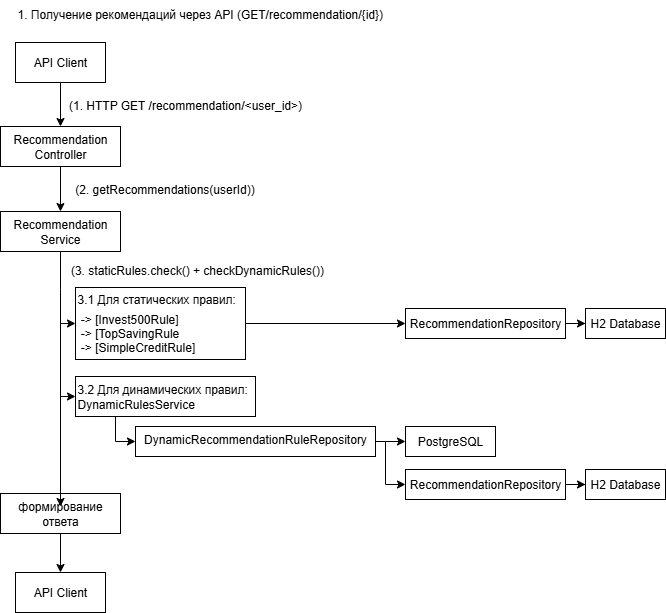
Before: docs/images/architecture-component-diagram-get-recommendations.png, a diagram exported from draw.io (sergJava/teamWork2). Source tidied: cells renumbered, new cells last; positions are measured from the earlier drawing's top-left corner, leaving out a move shared by most shapes.
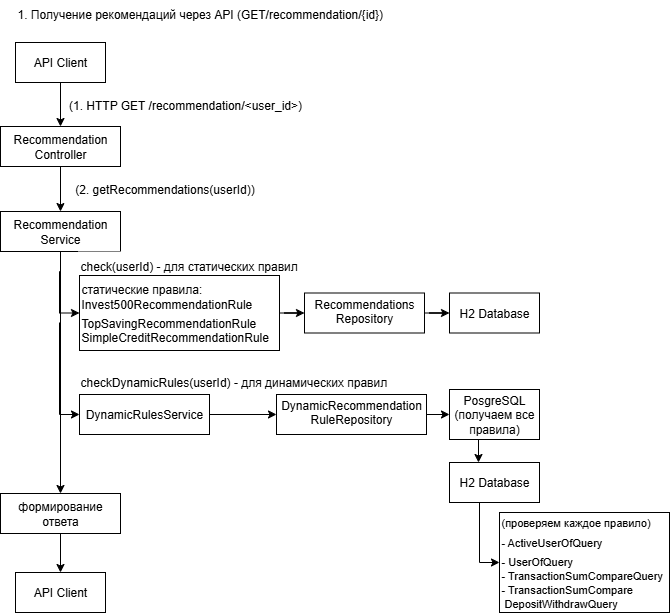
After the commit.

What changed in the source:
```diff
@@ -17,106 +17,87 @@
     <mxCell id="6" value="&lt;p style=&quot;margin-bottom:4.0pt;margin-top:0cm;mso-margin-bottom-alt:&amp;lt;br/&amp;gt;8.0pt;mso-margin-top-alt:0cm;mso-add-space:auto;line-height:normal&quot; class=&quot;MsoNormal&quot;&gt;&lt;span style=&quot;font-size:9.0pt;mso-ansi-language:EN-US&quot; lang=&quot;EN-US&quot;&gt;(1. HTTP GET /recommendation/&amp;lt;user_id&amp;gt;)&lt;/span&gt;&lt;/p&gt;" style="text;html=1;align=center;verticalAlign=middle;whiteSpace=wrap;rounded=0;strokeColor=none;" parent="1" vertex="1">
       <mxGeometry x="65" y="92" width="240" height="30" as="geometry" />
     </mxCell>
-    <mxCell id="7" style="edgeStyle=orthogonalEdgeStyle;rounded=0;jettySize=auto;html=1;strokeColor=#000000;" parent="1" edge="1" source="8" target="11">
-      <mxGeometry relative="1" as="geometry">
-        <Array as="points">
-          <mxPoint x="60" y="289" />
-          <mxPoint x="60" y="289" />
-        </Array>
-      </mxGeometry>
-    </mxCell>
+    <mxCell id="33" style="edgeStyle=orthogonalEdgeStyle;rounded=0;jettySize=auto;html=1;entryX=0.5;entryY=0;entryDx=0;entryDy=0;" parent="1" edge="1" source="8" target="14">
+      <mxGeometry relative="1" as="geometry" />
+    </mxCell>
+    <mxCell id="34" style="edgeStyle=orthogonalEdgeStyle;rounded=0;jettySize=auto;html=1;entryX=0;entryY=0.5;entryDx=0;entryDy=0;" parent="1" edge="1" source="8" target="39">
+      <mxGeometry relative="1" as="geometry" />
+    </mxCell>
+    <mxCell id="35" style="edgeStyle=orthogonalEdgeStyle;rounded=0;jettySize=auto;html=1;entryX=0;entryY=0.5;entryDx=0;entryDy=0;" parent="1" edge="1" source="8" target="44">
+      <mxGeometry relative="1" as="geometry" />
+    </mxCell>
     <mxCell id="8" value="Recommendation Service" style="rounded=0;whiteSpace=wrap;html=1;strokeColor=#000000;" parent="1" vertex="1">
       <mxGeometry y="211" width="120" height="40" as="geometry" />
     </mxCell>
     <mxCell id="9" value="&lt;p style=&quot;margin-bottom:4.0pt;margin-top:0cm;mso-margin-bottom-alt:&amp;lt;br/&amp;gt;8.0pt;mso-margin-top-alt:0cm;mso-add-space:auto;line-height:normal&quot; class=&quot;MsoNormal&quot;&gt;&lt;font style=&quot;line-height: 100%;&quot;&gt;(2. getRecommendations(userId))&lt;/font&gt;&lt;/p&gt;" style="text;html=1;align=center;verticalAlign=middle;whiteSpace=wrap;rounded=0;strokeColor=none;fillColor=default;" parent="1" vertex="1">
       <mxGeometry x="64" y="176" width="201" height="30" as="geometry" />
     </mxCell>
-    <mxCell id="10" style="edgeStyle=orthogonalEdgeStyle;rounded=0;jettySize=auto;html=1;strokeColor=#000000;" parent="1" edge="1" source="11" target="28">
-      <mxGeometry relative="1" as="geometry" />
-    </mxCell>
-    <mxCell id="11" value="&lt;p class=&quot;MsoNormal&quot; style=&quot;margin-bottom:4.0pt;margin-top:0cm;mso-margin-bottom-alt:&amp;lt;br/&amp;gt;8.0pt;mso-margin-top-alt:0cm;mso-add-space:auto;line-height:normal&quot;&gt;&lt;span lang=&quot;EN-US&quot; style=&quot;font-size:9.0pt;mso-ansi-language:EN-US&quot;&gt;3.1&amp;nbsp;&lt;/span&gt;&lt;span style=&quot;font-size:9.0pt&quot;&gt;Для&lt;/span&gt;&lt;span style=&quot;font-size:9.0pt;mso-ansi-language:&amp;lt;br/&amp;gt;EN-US&quot;&gt; &lt;/span&gt;&lt;span style=&quot;font-size:9.0pt&quot;&gt;статических правил&lt;/span&gt;&lt;span lang=&quot;EN-US&quot; style=&quot;font-size:9.0pt;mso-ansi-language:EN-US&quot;&gt;:&lt;/span&gt;&lt;/p&gt;&lt;p class=&quot;MsoNormal&quot; style=&quot;margin-bottom:0cm;margin-bottom:0cm;margin-top:0cm;&amp;lt;br/&amp;gt;mso-margin-bottom-alt:8.0pt;mso-margin-top-alt:0cm;mso-add-space:auto;&amp;lt;br/&amp;gt;line-height:normal&quot;&gt;&lt;span lang=&quot;EN-US&quot; style=&quot;font-size:9.0pt;mso-ansi-language:&amp;lt;br/&amp;gt;EN-US&quot;&gt;&amp;nbsp;-&amp;gt; [Invest500Rule]&lt;/span&gt;&lt;/p&gt;&lt;p class=&quot;MsoNormal&quot; style=&quot;margin-bottom:0cm;margin-bottom:0cm;margin-top:0cm;&amp;lt;br/&amp;gt;mso-margin-bottom-alt:8.0pt;mso-margin-top-alt:0cm;mso-add-space:auto;&amp;lt;br/&amp;gt;line-height:normal&quot;&gt;&lt;span lang=&quot;EN-US&quot; style=&quot;font-size:9.0pt;mso-ansi-language:&amp;lt;br/&amp;gt;EN-US&quot;&gt;&amp;nbsp;-&amp;gt; [TopSavingRule&lt;/span&gt;&lt;/p&gt;&lt;p class=&quot;MsoNormal&quot; style=&quot;margin-bottom:0cm;margin-bottom:0cm;margin-top:0cm;&amp;lt;br/&amp;gt;mso-margin-bottom-alt:8.0pt;mso-margin-top-alt:0cm;mso-add-space:auto;&amp;lt;br/&amp;gt;line-height:normal&quot;&gt;&lt;span lang=&quot;EN-US&quot; style=&quot;font-size:9.0pt;mso-ansi-language:&amp;lt;br/&amp;gt;EN-US&quot;&gt;&amp;nbsp;-&amp;gt; [SimpleCreditRule]&lt;/span&gt;&lt;/p&gt;" style="rounded=0;whiteSpace=wrap;html=1;align=left;strokeColor=#000000;" parent="1" vertex="1">
-      <mxGeometry x="75" y="287" width="170" height="72" as="geometry" />
-    </mxCell>
-    <mxCell id="12" value="&lt;p style=&quot;margin-bottom:4.0pt;margin-top:0cm;mso-margin-bottom-alt:&amp;lt;br/&amp;gt;8.0pt;mso-margin-top-alt:0cm;mso-add-space:auto;line-height:normal&quot; class=&quot;MsoNormal&quot;&gt;&lt;span style=&quot;font-size:9.0pt&quot;&gt;(3. staticRules.check() + checkDynamicRules())&lt;/span&gt;&lt;/p&gt;" style="text;html=1;align=center;verticalAlign=middle;whiteSpace=wrap;rounded=0;strokeColor=none;" parent="1" vertex="1">
-      <mxGeometry x="57" y="257" width="280" height="30" as="geometry" />
-    </mxCell>
     <mxCell id="13" style="edgeStyle=orthogonalEdgeStyle;rounded=0;jettySize=auto;html=1;strokeColor=#000000;" parent="1" edge="1" source="14" target="31">
       <mxGeometry relative="1" as="geometry" />
     </mxCell>
     <mxCell id="14" value="формирование ответа" style="rounded=0;whiteSpace=wrap;html=1;strokeColor=#000000;" parent="1" vertex="1">
       <mxGeometry y="493" width="120" height="40" as="geometry" />
     </mxCell>
-    <mxCell id="15" style="edgeStyle=orthogonalEdgeStyle;rounded=0;jettySize=auto;html=1;exitX=0.25;exitY=1;exitDx=0;exitDy=0;entryX=0;entryY=0.5;entryDx=0;entryDy=0;strokeColor=#000000;" parent="1" edge="1" source="16" target="19">
-      <mxGeometry relative="1" as="geometry">
-        <Array as="points">
-          <mxPoint x="115" y="416" />
-          <mxPoint x="115" y="441" />
-        </Array>
-      </mxGeometry>
-    </mxCell>
-    <mxCell id="16" value="3.2 Для динамических правил:&lt;div&gt;DynamicRulesService&lt;/div&gt;" style="rounded=0;whiteSpace=wrap;html=1;align=left;strokeColor=#000000;" parent="1" vertex="1">
-      <mxGeometry x="75" y="376" width="180" height="40" as="geometry" />
-    </mxCell>
-    <mxCell id="17" style="edgeStyle=orthogonalEdgeStyle;rounded=0;jettySize=auto;html=1;strokeColor=#000000;" parent="1" edge="1" source="19" target="21">
-      <mxGeometry relative="1" as="geometry" />
-    </mxCell>
-    <mxCell id="18" style="edgeStyle=orthogonalEdgeStyle;rounded=0;jettySize=auto;html=1;entryX=0;entryY=0.5;entryDx=0;entryDy=0;strokeColor=#000000;" parent="1" edge="1" source="19" target="23">
-      <mxGeometry relative="1" as="geometry">
-        <Array as="points">
-          <mxPoint x="385" y="441" />
-          <mxPoint x="385" y="484" />
-        </Array>
-      </mxGeometry>
-    </mxCell>
-    <mxCell id="19" value="&lt;p style=&quot;margin-bottom:4.0pt;margin-top:0cm;mso-margin-bottom-alt:&lt;br/&gt;8.0pt;mso-margin-top-alt:0cm;mso-add-space:auto;line-height:normal&quot; class=&quot;MsoNormal&quot;&gt;&lt;span style=&quot;font-size:9.0pt&quot;&gt;DynamicRecommendationRuleRepository&lt;/span&gt;&lt;/p&gt;" style="rounded=0;whiteSpace=wrap;html=1;strokeColor=#000000;" parent="1" vertex="1">
-      <mxGeometry x="135" y="426" width="240" height="30" as="geometry" />
-    </mxCell>
-    <mxCell id="20" style="edgeStyle=orthogonalEdgeStyle;rounded=0;orthogonalLoop=1;jettySize=auto;html=1;exitX=0.5;exitY=1;exitDx=0;exitDy=0;strokeColor=#000000;" parent="1" edge="1" source="19" target="19">
-      <mxGeometry relative="1" as="geometry" />
-    </mxCell>
-    <mxCell id="21" value="PostgreSQL" style="rounded=0;whiteSpace=wrap;html=1;strokeColor=#000000;" parent="1" vertex="1">
-      <mxGeometry x="405" y="426" width="90" height="30" as="geometry" />
-    </mxCell>
-    <mxCell id="22" style="edgeStyle=orthogonalEdgeStyle;rounded=0;jettySize=auto;html=1;strokeColor=#000000;" parent="1" edge="1" source="23" target="24">
-      <mxGeometry relative="1" as="geometry" />
-    </mxCell>
-    <mxCell id="23" value="RecommendationRepository" style="rounded=0;whiteSpace=wrap;html=1;strokeColor=#000000;" parent="1" vertex="1">
-      <mxGeometry x="405" y="469" width="160" height="30" as="geometry" />
-    </mxCell>
-    <mxCell id="24" value="H2 Database" style="rounded=0;whiteSpace=wrap;html=1;strokeColor=#000000;" parent="1" vertex="1">
-      <mxGeometry x="585" y="469" width="80" height="30" as="geometry" />
-    </mxCell>
-    <mxCell id="25" style="endArrow=none;html=1;rounded=0;endFill=0;strokeColor=#000000;" parent="1" edge="1">
-      <mxGeometry relative="1" as="geometry">
-        <mxPoint x="60" y="322" as="sourcePoint" />
-        <mxPoint x="60" y="409" as="targetPoint" />
-      </mxGeometry>
-    </mxCell>
-    <mxCell id="26" style="endArrow=classic;html=1;rounded=0;entryX=0;entryY=0.5;entryDx=0;entryDy=0;strokeColor=#000000;" parent="1" edge="1" target="16">
-      <mxGeometry relative="1" as="geometry">
-        <mxPoint x="60" y="396" as="sourcePoint" />
-      </mxGeometry>
-    </mxCell>
-    <mxCell id="27" style="edgeStyle=orthogonalEdgeStyle;rounded=0;jettySize=auto;html=1;strokeColor=#000000;" parent="1" edge="1" source="28" target="29">
-      <mxGeometry relative="1" as="geometry" />
-    </mxCell>
-    <mxCell id="28" value="RecommendationRepository" style="rounded=0;whiteSpace=wrap;html=1;strokeColor=#000000;" parent="1" vertex="1">
-      <mxGeometry x="405" y="308" width="160" height="30" as="geometry" />
-    </mxCell>
-    <mxCell id="29" value="H2 Database" style="rounded=0;whiteSpace=wrap;html=1;strokeColor=#000000;" parent="1" vertex="1">
-      <mxGeometry x="585" y="308" width="80" height="30" as="geometry" />
-    </mxCell>
-    <mxCell id="30" style="endArrow=classic;html=1;rounded=0;endFill=1;strokeColor=#000000;" parent="1" edge="1">
-      <mxGeometry relative="1" as="geometry">
-        <mxPoint x="60" y="396" as="sourcePoint" />
-        <mxPoint x="60" y="506" as="targetPoint" />
-      </mxGeometry>
-    </mxCell>
     <mxCell id="31" value="API Client" style="rounded=0;whiteSpace=wrap;html=1;strokeColor=#000000;" parent="1" vertex="1">
       <mxGeometry x="15" y="572" width="90" height="40" as="geometry" />
     </mxCell>
     <mxCell id="32" value="&lt;p class=&quot;MsoNormal&quot; style=&quot;margin-bottom:4.0pt;margin-top:0cm;mso-margin-bottom-alt:&amp;lt;br/&amp;gt;8.0pt;mso-margin-top-alt:0cm;mso-add-space:auto;line-height:normal&quot;&gt;&lt;span style=&quot;font-size:9.0pt&quot;&gt;1. Получение рекомендаций через API (GET/recommendation/{id})&lt;/span&gt;&lt;span lang=&quot;EN-US&quot; style=&quot;font-size:9.0pt;mso-ansi-language:&amp;lt;br/&amp;gt;EN-US&quot;&gt;&lt;/span&gt;&lt;/p&gt;" style="text;whiteSpace=wrap;html=1;" parent="1" vertex="1">
       <mxGeometry x="15" width="370" height="30" as="geometry" />
     </mxCell>
+    <mxCell id="36" value="check(userId) - для статических правил" style="text;html=1;align=left;verticalAlign=middle;whiteSpace=wrap;rounded=0;strokeColor=none;fillColor=default;" parent="1" vertex="1">
+      <mxGeometry x="78" y="251" width="221" height="30" as="geometry" />
+    </mxCell>
+    <mxCell id="37" value="checkDynamicRules(userId) - для динамических правил" style="text;html=1;align=left;verticalAlign=middle;whiteSpace=wrap;rounded=0;strokeColor=none;fillColor=default;" parent="1" vertex="1">
+      <mxGeometry x="78" y="367" width="311" height="30" as="geometry" />
+    </mxCell>
+    <mxCell id="38" style="edgeStyle=orthogonalEdgeStyle;rounded=0;jettySize=auto;html=1;" parent="1" edge="1" source="39" target="41">
+      <mxGeometry relative="1" as="geometry" />
+    </mxCell>
+    <mxCell id="39" value="статические правила:&lt;br&gt;&lt;p class=&quot;MsoNormal&quot; style=&quot;margin-bottom:4.0pt;margin-top:0cm;mso-margin-bottom-alt:&amp;lt;br/&amp;gt;8.0pt;mso-margin-top-alt:0cm;mso-add-space:auto;line-height:normal&quot;&gt;&lt;span style=&quot;font-size:9.0pt&quot;&gt;Invest500RecommendationRule&lt;/span&gt;&lt;/p&gt;&lt;p class=&quot;MsoNormal&quot; style=&quot;margin-bottom:0cm;margin-bottom:0cm;margin-top:0cm;&amp;lt;br/&amp;gt;mso-margin-bottom-alt:8.0pt;mso-margin-top-alt:0cm;mso-add-space:auto;&amp;lt;br/&amp;gt;line-height:normal&quot;&gt;&lt;span style=&quot;font-size:9.0pt&quot;&gt;TopSavingRecommendationRule&lt;/span&gt;&lt;/p&gt;&lt;p class=&quot;MsoNormal&quot; style=&quot;margin-bottom:0cm;margin-bottom:0cm;margin-top:0cm;&amp;lt;br/&amp;gt;mso-margin-bottom-alt:8.0pt;mso-margin-top-alt:0cm;mso-add-space:auto;&amp;lt;br/&amp;gt;line-height:normal&quot;&gt;&lt;span style=&quot;font-size:9.0pt&quot;&gt;SimpleCreditRecommendationRule&lt;/span&gt;&lt;/p&gt;" style="rounded=0;whiteSpace=wrap;html=1;strokeColor=#000000;align=left;" parent="1" vertex="1">
+      <mxGeometry x="79" y="275" width="200" height="75" as="geometry" />
+    </mxCell>
+    <mxCell id="40" style="edgeStyle=orthogonalEdgeStyle;rounded=0;jettySize=auto;html=1;" parent="1" edge="1" source="41" target="42">
+      <mxGeometry relative="1" as="geometry" />
+    </mxCell>
+    <mxCell id="41" value="&lt;p style=&quot;margin-bottom:4.0pt;margin-top:0cm;mso-margin-bottom-alt:&lt;br/&gt;8.0pt;mso-margin-top-alt:0cm;mso-add-space:auto;line-height:normal&quot; class=&quot;MsoNormal&quot;&gt;&lt;span style=&quot;font-size:9.0pt&quot;&gt;Recommendations Repository&lt;/span&gt;&lt;/p&gt;" style="rounded=0;whiteSpace=wrap;html=1;strokeColor=#000000;" parent="1" vertex="1">
+      <mxGeometry x="304" y="292.5" width="120" height="40" as="geometry" />
+    </mxCell>
+    <mxCell id="42" value="H2 Database" style="rounded=0;whiteSpace=wrap;html=1;strokeColor=#000000;" parent="1" vertex="1">
+      <mxGeometry x="449" y="292.5" width="90" height="40" as="geometry" />
+    </mxCell>
+    <mxCell id="43" style="edgeStyle=orthogonalEdgeStyle;rounded=0;jettySize=auto;html=1;" parent="1" edge="1" source="44" target="46">
+      <mxGeometry relative="1" as="geometry" />
+    </mxCell>
+    <mxCell id="44" value="DynamicRulesService" style="rounded=0;whiteSpace=wrap;html=1;strokeColor=#000000;" parent="1" vertex="1">
+      <mxGeometry x="79" y="394" width="130" height="40" as="geometry" />
+    </mxCell>
+    <mxCell id="45" style="edgeStyle=orthogonalEdgeStyle;rounded=0;jettySize=auto;html=1;" parent="1" edge="1" source="46" target="48">
+      <mxGeometry relative="1" as="geometry" />
+    </mxCell>
+    <mxCell id="46" value="&lt;p style=&quot;margin-bottom:4.0pt;margin-top:0cm;mso-margin-bottom-alt:&lt;br/&gt;8.0pt;mso-margin-top-alt:0cm;mso-add-space:auto;line-height:normal&quot; class=&quot;MsoNormal&quot;&gt;&lt;span style=&quot;font-size:9.0pt&quot;&gt;DynamicRecommendation RuleRepository&lt;/span&gt;&lt;/p&gt;" style="rounded=0;whiteSpace=wrap;html=1;strokeColor=#000000;" parent="1" vertex="1">
+      <mxGeometry x="276" y="394" width="150" height="40" as="geometry" />
+    </mxCell>
+    <mxCell id="47" style="edgeStyle=orthogonalEdgeStyle;rounded=0;orthogonalLoop=1;jettySize=auto;html=1;entryX=0.5;entryY=0;entryDx=0;entryDy=0;" parent="1" edge="1">
+      <mxGeometry relative="1" as="geometry">
+        <mxPoint x="478" y="439" as="sourcePoint" />
+        <mxPoint x="478" y="462" as="targetPoint" />
+      </mxGeometry>
+    </mxCell>
+    <mxCell id="48" value="PosgreSQL&lt;br&gt;(получаем все правила)" style="rounded=0;whiteSpace=wrap;html=1;strokeColor=#000000;" parent="1" vertex="1">
+      <mxGeometry x="449" y="389" width="90" height="50" as="geometry" />
+    </mxCell>
+    <mxCell id="49" style="edgeStyle=orthogonalEdgeStyle;rounded=0;jettySize=auto;html=1;entryX=0;entryY=0.5;entryDx=0;entryDy=0;" parent="1" edge="1" source="50" target="51">
+      <mxGeometry relative="1" as="geometry">
+        <Array as="points">
+          <mxPoint x="479" y="562" />
+        </Array>
+      </mxGeometry>
+    </mxCell>
+    <mxCell id="50" value="H2 Database" style="rounded=0;whiteSpace=wrap;html=1;strokeColor=#000000;" parent="1" vertex="1">
+      <mxGeometry x="449" y="462" width="90" height="40" as="geometry" />
+    </mxCell>
+    <mxCell id="51" value="&lt;p style=&quot;margin-bottom: 4pt; margin-top: 0cm; line-height: normal;&quot; class=&quot;MsoNormal&quot;&gt;&lt;font style=&quot;font-size: 11px;&quot;&gt;(проверяем каждое правило)&lt;/font&gt;&lt;/p&gt;&lt;p style=&quot;margin-bottom: 4pt; margin-top: 0cm; line-height: normal;&quot; class=&quot;MsoNormal&quot;&gt;&lt;font style=&quot;font-size: 11px;&quot;&gt;- ActiveUserOfQu&lt;font style=&quot;&quot;&gt;ery&lt;/font&gt;&lt;/font&gt;&lt;/p&gt;&lt;p style=&quot;margin-bottom: 0cm; margin-top: 0cm; line-height: normal;&quot; class=&quot;MsoNormal&quot;&gt;&lt;font style=&quot;font-size: 11px;&quot;&gt;- UserOfQuery&lt;/font&gt;&lt;/p&gt;&lt;p style=&quot;margin-bottom: 0cm; margin-top: 0cm; line-height: normal;&quot; class=&quot;MsoNormal&quot;&gt;&lt;font style=&quot;font-size: 11px;&quot;&gt;- TransactionSumCompareQuery&lt;/font&gt;&lt;/p&gt;&lt;p style=&quot;margin-bottom: 0cm; margin-top: 0cm; line-height: normal;&quot; class=&quot;MsoNormal&quot;&gt;&lt;font style=&quot;font-size: 11px;&quot;&gt;&lt;font style=&quot;&quot;&gt;- TransactionSum&lt;/font&gt;Compare&amp;nbsp; &amp;nbsp; &amp;nbsp; &amp;nbsp;DepositWithdrawQuery&lt;/font&gt;&lt;/p&gt;" style="rounded=0;whiteSpace=wrap;html=1;strokeColor=#000000;align=left;" parent="1" vertex="1">
+      <mxGeometry x="499" y="512" width="170" height="100" as="geometry" />
+    </mxCell>
   </root>
 </mxGraphModel>
```
